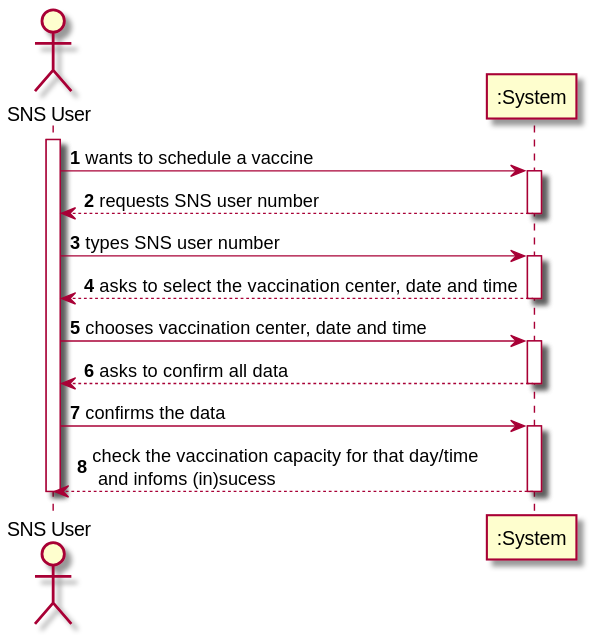
Above: docs/SprintC/US1/US1_SSD.svg in diogonapoles/isep-lapr2 (PlantUML), before the change. Source of this version:
```plantuml
@startuml

autonumber

actor "SNS User" as User

activate User
User -> ":System" : wants to schedule a vaccine
activate ":System"
":System" --> User : requests SNS user number
deactivate ":System"

User -> ":System" : types SNS user number
activate ":System"
":System" --> User : asks to select the vaccination center, date and time
deactivate ":System"

User -> ":System" : chooses vaccination center, date and time
activate ":System"
":System" --> User : asks to confirm all data
deactivate ":System"

User-> ":System" : confirms the data
activate ":System"
":System" --> User : check the vaccination capacity for that day/time \n and infoms (in)sucess
deactivate ":System"


deactivate User
@enduml
```
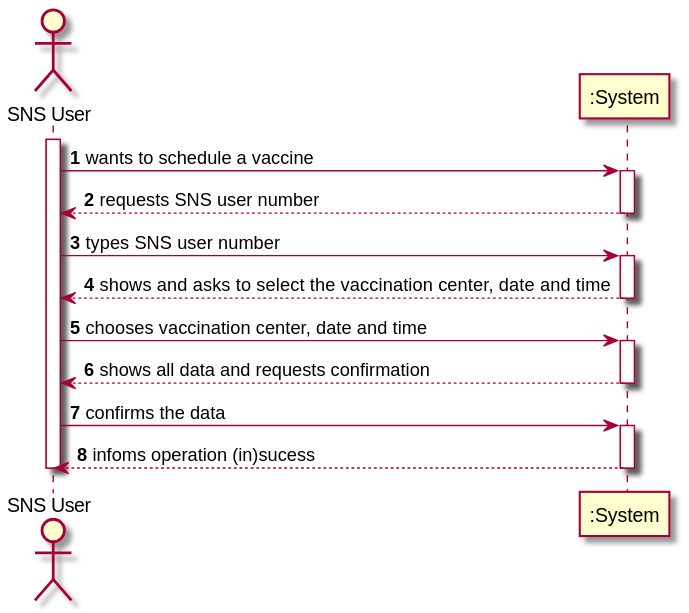
The same diagram one commit later.

The edit, as a diff of the source:
```diff
@@ -12,17 +12,17 @@
 
 User -> ":System" : types SNS user number
 activate ":System"
-":System" --> User : asks to select the vaccination center, date and time
+":System" --> User : shows and asks to select the vaccination center, date and time
 deactivate ":System"
 
 User -> ":System" : chooses vaccination center, date and time
 activate ":System"
-":System" --> User : asks to confirm all data
+":System" --> User : shows all data and requests confirmation
 deactivate ":System"
 
 User-> ":System" : confirms the data
 activate ":System"
-":System" --> User : check the vaccination capacity for that day/time \n and infoms (in)sucess
+":System" --> User : infoms operation (in)sucess
 deactivate ":System"
 
 
```
